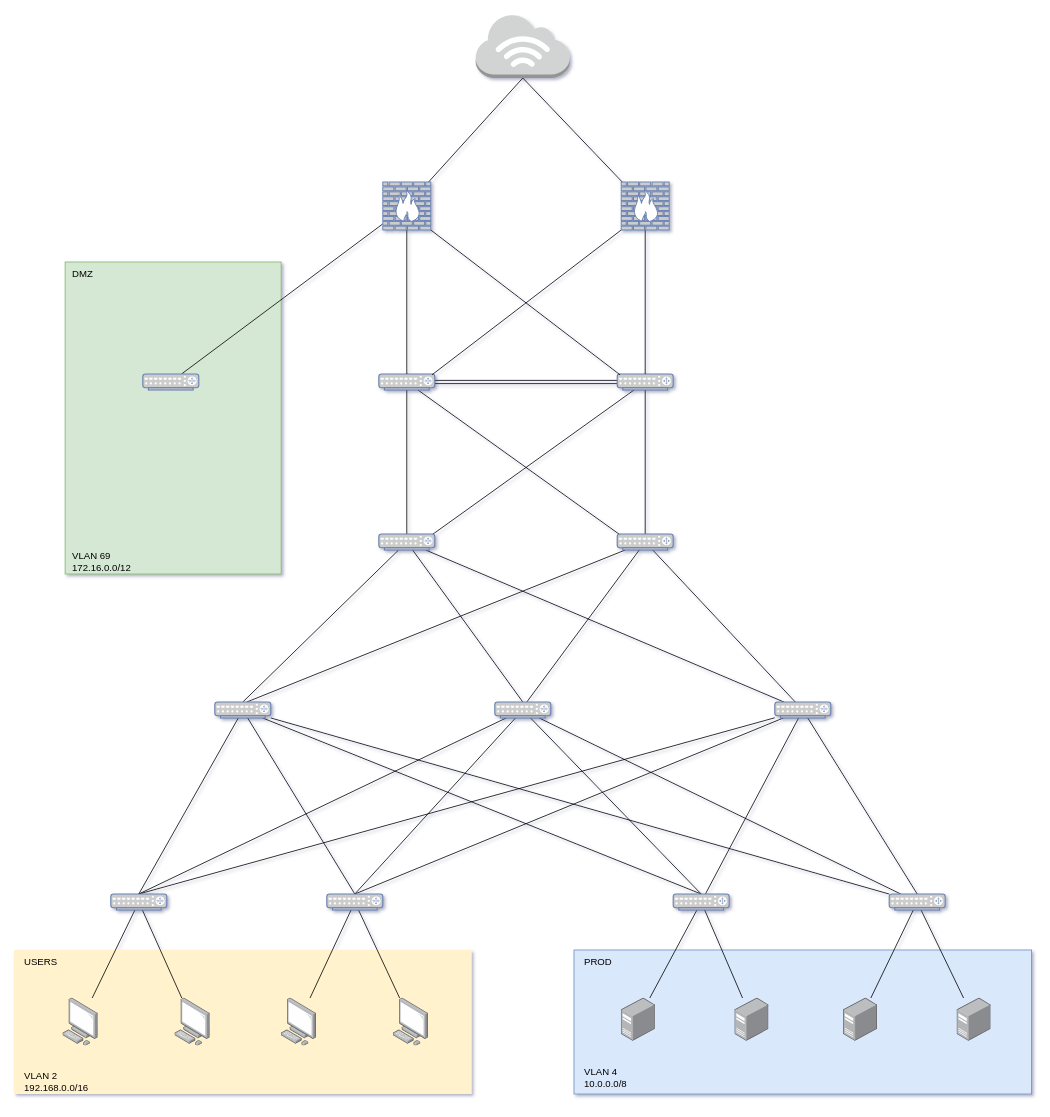
The draw.io diagram Diagramme sans nom.drawio in a0six/projetb3, before the edit. Source tidied: cells renumbered, new cells numbered last; positions are measured from the earlier drawing's top-left corner, leaving out a move shared by most shapes. Both pictures are drawn from the tidied source at 80%, with x=0, y=0 at pixel (14, 14).
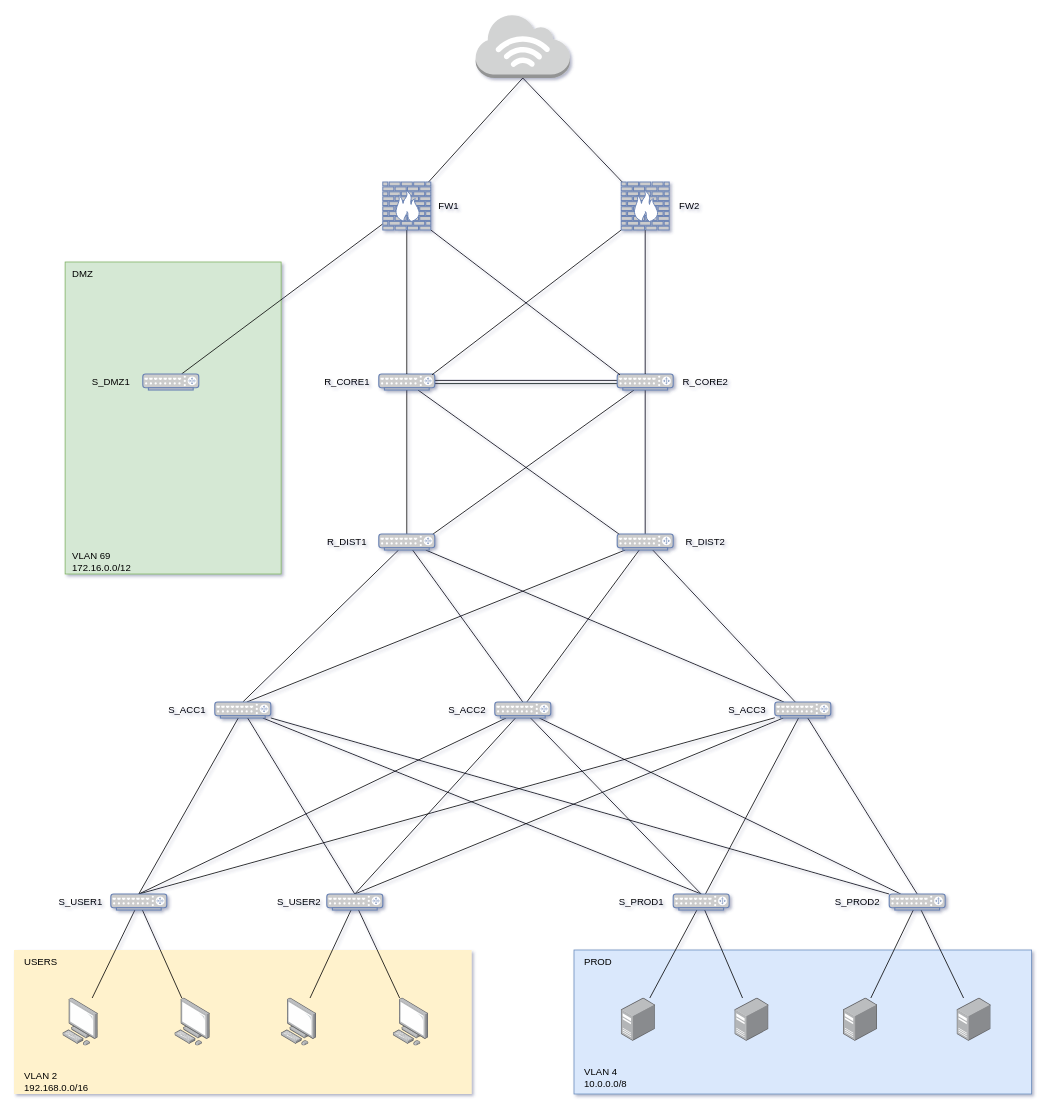
After the change.

Diff of the diagram source:
```diff
@@
+    <mxCell id="72" value="FW1" style="text;html=1;align=center;verticalAlign=middle;strokeColor=none;fillColor=none;" parent="1" vertex="1">
+      <mxGeometry x="518.1" y="225" width="50" height="30" as="geometry" />
+    </mxCell>
+    <mxCell id="73" value="FW2" style="text;html=1;align=center;verticalAlign=middle;strokeColor=none;fillColor=none;" parent="1" vertex="1">
+      <mxGeometry x="819" y="225" width="50" height="30" as="geometry" />
+    </mxCell>
+    <mxCell id="74" value="R_CORE1" style="text;html=1;align=center;verticalAlign=middle;strokeColor=none;fillColor=none;" parent="1" vertex="1">
+      <mxGeometry x="376" y="445" width="80" height="30" as="geometry" />
+    </mxCell>
+    <mxCell id="75" value="R_CORE2" style="text;html=1;align=center;verticalAlign=middle;strokeColor=none;fillColor=none;" parent="1" vertex="1">
+      <mxGeometry x="824" y="445" width="80" height="30" as="geometry" />
+    </mxCell>
+    <mxCell id="76" value="R_DIST1" style="text;html=1;align=center;verticalAlign=middle;strokeColor=none;fillColor=none;" parent="1" vertex="1">
+      <mxGeometry x="381" y="645" width="70" height="30" as="geometry" />
+    </mxCell>
+    <mxCell id="77" value="R_DIST2" style="text;html=1;align=center;verticalAlign=middle;strokeColor=none;fillColor=none;" parent="1" vertex="1">
+      <mxGeometry x="829" y="645" width="70" height="30" as="geometry" />
+    </mxCell>
+    <mxCell id="78" value="S_ACC1" style="text;html=1;align=center;verticalAlign=middle;strokeColor=none;fillColor=none;" parent="1" vertex="1">
+      <mxGeometry x="181" y="855" width="70" height="30" as="geometry" />
+    </mxCell>
+    <mxCell id="79" value="S_ACC2" style="text;html=1;align=center;verticalAlign=middle;strokeColor=none;fillColor=none;" parent="1" vertex="1">
+      <mxGeometry x="531" y="855" width="70" height="30" as="geometry" />
+    </mxCell>
+    <mxCell id="80" value="S_ACC3" style="text;html=1;align=center;verticalAlign=middle;strokeColor=none;fillColor=none;" parent="1" vertex="1">
+      <mxGeometry x="881" y="855" width="70" height="30" as="geometry" />
+    </mxCell>
+    <mxCell id="81" value="S_USER1" style="text;html=1;align=center;verticalAlign=middle;strokeColor=none;fillColor=none;" parent="1" vertex="1">
+      <mxGeometry x="43.1" y="1095" width="80" height="30" as="geometry" />
+    </mxCell>
+    <mxCell id="82" value="S_USER2" style="text;html=1;align=center;verticalAlign=middle;strokeColor=none;fillColor=none;" parent="1" vertex="1">
+      <mxGeometry x="316" y="1095" width="80" height="30" as="geometry" />
+    </mxCell>
+    <mxCell id="83" value="S_PROD1" style="text;html=1;align=center;verticalAlign=middle;strokeColor=none;fillColor=none;" parent="1" vertex="1">
+      <mxGeometry x="744" y="1095" width="80" height="30" as="geometry" />
+    </mxCell>
+    <mxCell id="84" value="S_PROD2" style="text;html=1;align=center;verticalAlign=middle;strokeColor=none;fillColor=none;" parent="1" vertex="1">
+      <mxGeometry x="1014" y="1095" width="80" height="30" as="geometry" />
+    </mxCell>
+    <mxCell id="85" value="S_DMZ1" style="text;html=1;align=center;verticalAlign=middle;strokeColor=none;fillColor=none;" parent="1" vertex="1">
+      <mxGeometry x="86" y="445" width="70" height="30" as="geometry" />
+    </mxCell>
```
